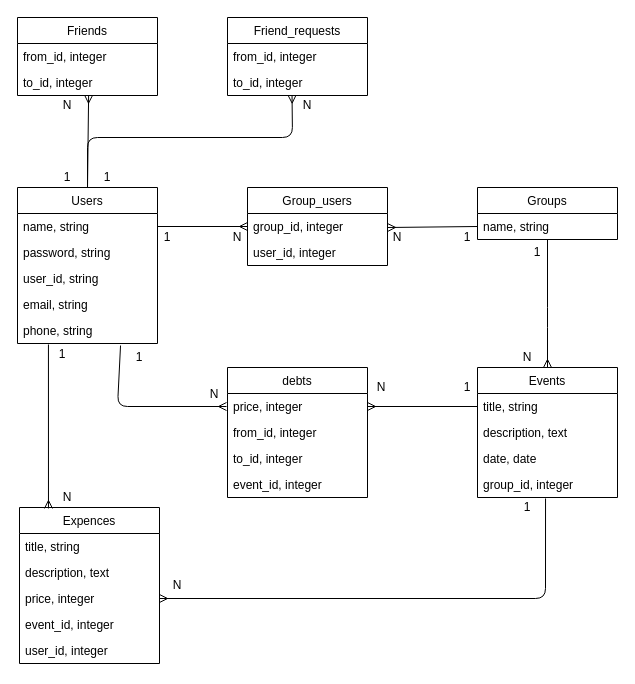
The draw.io diagram minwari_db.drawio in mizuki0201/minwari-backend, before the edit. Source tidied: cells renumbered, new cells numbered last; positions are measured from the earlier drawing's top-left corner, leaving out a move shared by most shapes. Both pictures are drawn from the tidied source at 100%, with x=0, y=0 at pixel (17, 17).
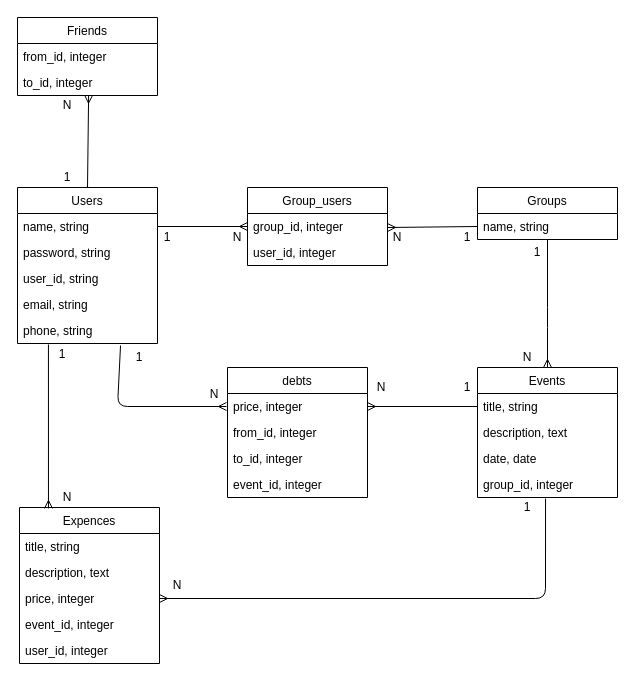
Above is the later version.

Commit message (it also covers changes not shown here):
markup event index page

The change refers to these unchanged cells:
```xml
<mxCell id="2" value="Users" style="swimlane;fontStyle=0;horizontal=1;startSize=26;" parent="1" vertex="1">
  <mxGeometry y="170" width="140" height="156" as="geometry" />
</mxCell>
```

Diff of the diagram source:
```diff
@@
-    <mxCell id="53" value="Friend_requests" style="swimlane;fontStyle=0;horizontal=1;startSize=26;" parent="1" vertex="1">
-      <mxGeometry x="210" width="140" height="78" as="geometry" />
-    </mxCell>
-    <mxCell id="54" value="from_id, integer" style="text;strokeColor=none;fillColor=none;align=left;verticalAlign=top;spacingLeft=4;spacingRight=4;overflow=hidden;" parent="53" vertex="1">
-      <mxGeometry y="26" width="140" height="26" as="geometry" />
-    </mxCell>
-    <mxCell id="55" value="to_id, integer" style="text;strokeColor=none;fillColor=none;align=left;verticalAlign=top;spacingLeft=4;spacingRight=4;overflow=hidden;points=[[0,0.5],[1,0.5]];portConstraint=eastwest;" parent="53" vertex="1">
-      <mxGeometry y="52" width="140" height="26" as="geometry" />
-    </mxCell>
@@
-    <mxCell id="57" style="endArrow=ERmany;html=1;endFill=0;exitX=0.5;exitY=0;exitDx=0;exitDy=0;entryX=0.461;entryY=0.987;entryDx=0;entryDy=0;entryPerimeter=0;" parent="1" edge="1" source="2" target="55">
-      <mxGeometry relative="1" as="geometry">
-        <Array as="points">
-          <mxPoint x="70" y="120" />
-          <mxPoint x="275" y="120" />
-        </Array>
-      </mxGeometry>
-    </mxCell>
@@
-    <mxCell id="59" value="1" style="text;html=1;strokeColor=none;fillColor=none;align=center;verticalAlign=middle;whiteSpace=wrap;rounded=0;" parent="1" vertex="1">
-      <mxGeometry x="70" y="150" width="40" height="20" as="geometry" />
-    </mxCell>
@@
-    <mxCell id="61" value="N" style="text;html=1;strokeColor=none;fillColor=none;align=center;verticalAlign=middle;whiteSpace=wrap;rounded=0;" parent="1" vertex="1">
-      <mxGeometry x="270" y="78" width="40" height="20" as="geometry" />
-    </mxCell>
```
